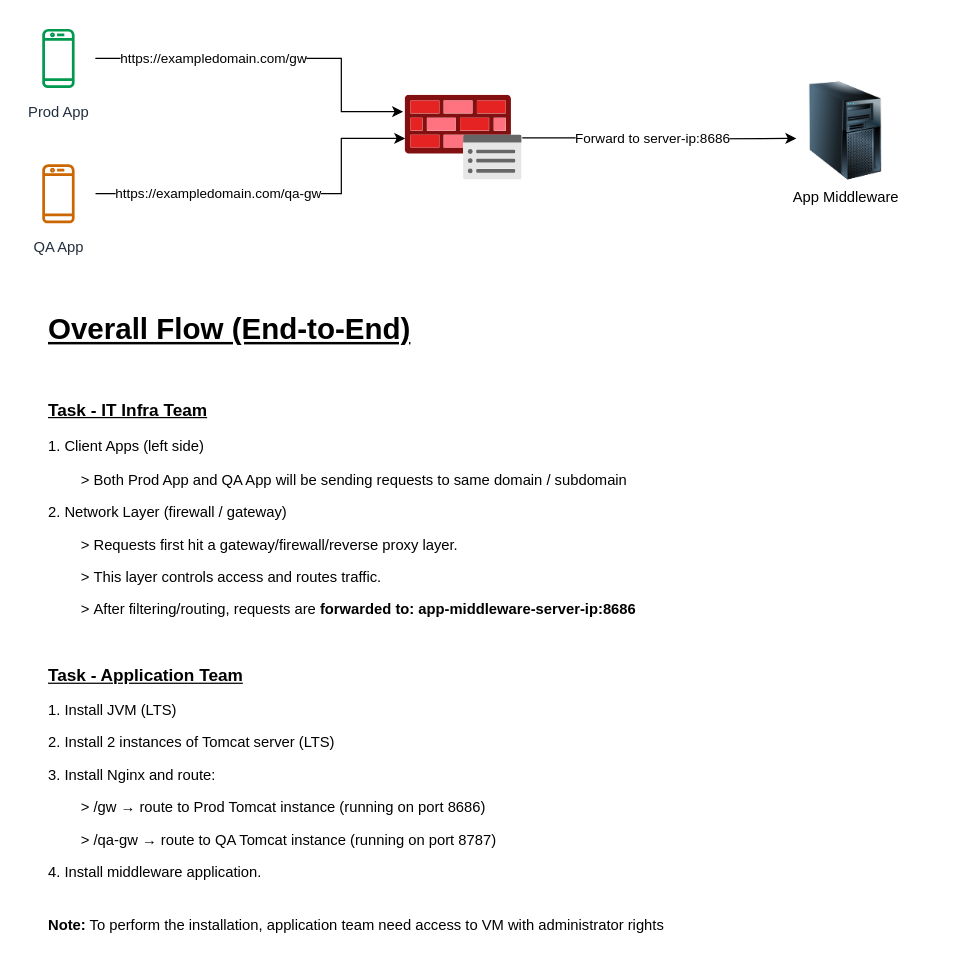
Before: RT-Architecture.drawio in maddy23285/policies, a draw.io diagram. Source tidied: cells renumbered, new cells numbered last; positions are measured from the earlier drawing's top-left corner, leaving out a move shared by most shapes. Both pictures are drawn from the tidied source at 123%, with x=0, y=0 at pixel (21, 21).
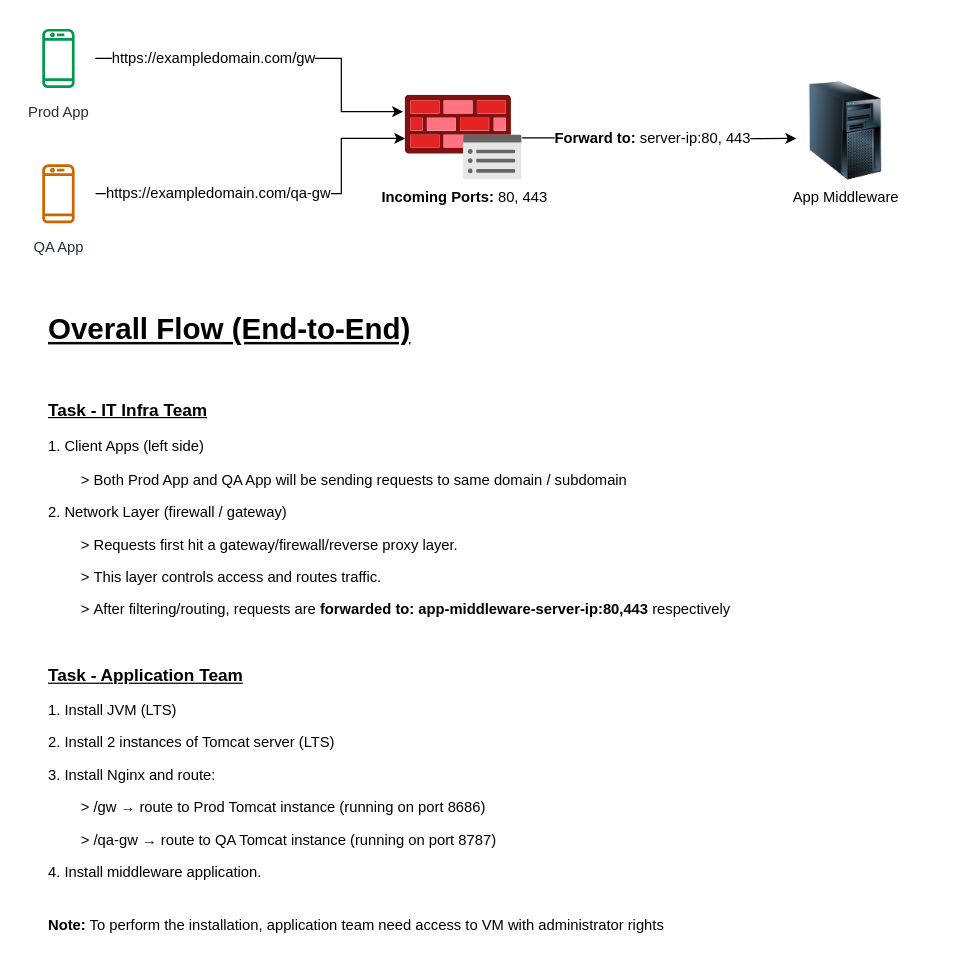
After the change.

What changed in the source:
```diff
@@
 <mxGraphModel>
   <root>
     <mxCell id="0" />
     <mxCell id="1" parent="0" />
     <mxCell id="2" value="Prod App" style="sketch=0;outlineConnect=0;fontColor=#232F3E;gradientColor=none;strokeColor=#00994D;fillColor=#ffffff;dashed=0;verticalLabelPosition=bottom;verticalAlign=top;align=center;html=1;fontSize=12;fontStyle=0;shape=mxgraph.aws4.resourceIcon;resIcon=mxgraph.aws4.mobile_client;" parent="1" vertex="1">
       <mxGeometry width="60" height="60" as="geometry" />
     </mxCell>
     <mxCell id="3" style="edgeStyle=orthogonalEdgeStyle;rounded=0;jettySize=auto;html=1;" parent="1" edge="1" source="5">
       <mxGeometry relative="1" as="geometry">
         <mxPoint x="630" y="95" as="targetPoint" />
       </mxGeometry>
     </mxCell>
-    <mxCell id="4" value="Forward to server-ip:8686" style="edgeLabel;html=1;align=center;verticalAlign=middle;" parent="3" vertex="1">
+    <mxCell id="4" value="&lt;font style=&quot;font-size: 12px;&quot;&gt;&lt;b&gt;Forward to:&lt;/b&gt; server-ip:80, 443&lt;/font&gt;" style="edgeLabel;html=1;align=center;verticalAlign=middle;" parent="3" vertex="1">
       <mxGeometry x="-0.23" y="-3" relative="1" as="geometry">
         <mxPoint x="19" y="-3" as="offset" />
       </mxGeometry>
     </mxCell>
-    <mxCell id="5" style="image;html=1;points=[];align=center;fontSize=12;image=img/lib/azure2/networking/Azure_Firewall_Policy.svg;" parent="1" vertex="1">
+    <mxCell id="5" value="&lt;b&gt;Incoming Ports: &lt;/b&gt;80, 443" style="image;html=1;points=[];align=center;fontSize=12;image=img/lib/azure2/networking/Azure_Firewall_Policy.svg;" parent="1" vertex="1">
       <mxGeometry x="312" y="60" width="95.1" height="69" as="geometry" />
     </mxCell>
     <mxCell id="6" style="edgeStyle=orthogonalEdgeStyle;rounded=0;jettySize=auto;html=1;" parent="1" edge="1" source="8" target="5">
       <mxGeometry relative="1" as="geometry">
         <Array as="points">
           <mxPoint x="260" y="140" />
           <mxPoint x="260" y="95" />
         </Array>
       </mxGeometry>
     </mxCell>
     <mxCell id="7" style="edgeLabel;html=1;align=center;verticalAlign=middle;" parent="6" vertex="1">
       <mxGeometry x="-0.59" y="-1" relative="1" as="geometry" />
     </mxCell>
     <mxCell id="8" value="QA App" style="sketch=0;outlineConnect=0;fontColor=#232F3E;gradientColor=none;strokeColor=#CC6600;fillColor=#ffffff;dashed=0;verticalLabelPosition=bottom;verticalAlign=top;align=center;html=1;fontSize=12;fontStyle=0;shape=mxgraph.aws4.resourceIcon;resIcon=mxgraph.aws4.mobile_client;" parent="1" vertex="1">
       <mxGeometry y="110" width="60" height="60" as="geometry" />
     </mxCell>
     <mxCell id="9" style="edgeStyle=orthogonalEdgeStyle;rounded=0;jettySize=auto;html=1;entryX=-0.018;entryY=0.193;entryDx=0;entryDy=0;entryPerimeter=0;strokeColor=#000000;" parent="1" edge="1" source="2" target="5">
       <mxGeometry relative="1" as="geometry">
         <Array as="points">
           <mxPoint x="260" y="30" />
           <mxPoint x="260" y="73" />
         </Array>
       </mxGeometry>
     </mxCell>
-    <mxCell id="10" value="https://exampledomain.com/gw" style="edgeLabel;html=1;align=center;verticalAlign=middle;" parent="9" vertex="1">
+    <mxCell id="10" value="&lt;font style=&quot;font-size: 12px;&quot;&gt;https://exampledomain.com/gw&lt;/font&gt;" style="edgeLabel;html=1;align=center;verticalAlign=middle;" parent="9" vertex="1">
       <mxGeometry x="-0.58" y="1" relative="1" as="geometry">
         <mxPoint x="33" as="offset" />
       </mxGeometry>
     </mxCell>
-    <mxCell id="11" value="https://exampledomain.com/qa-gw" style="edgeLabel;html=1;align=center;verticalAlign=middle;" parent="1" vertex="1">
+    <mxCell id="11" value="&lt;font style=&quot;font-size: 12px;&quot;&gt;https://exampledomain.com/qa-gw&lt;/font&gt;" style="edgeLabel;html=1;align=center;verticalAlign=middle;" parent="1" vertex="1">
       <mxGeometry x="159" y="139" as="geometry" />
     </mxCell>
     <mxCell id="12" value="App Middleware" style="image;html=1;image=img/lib/clip_art/computers/Server_Tower_128x128.png;" parent="1" vertex="1">
       <mxGeometry x="630" y="49" width="80" height="80" as="geometry" />
     </mxCell>
-    <mxCell id="13" value="&lt;h1 style=&quot;margin-top: 0px;&quot;&gt;&lt;u&gt;Overall Flow (End-to-End)&lt;/u&gt;&lt;/h1&gt;&lt;p&gt;&lt;b&gt;&lt;br&gt;&lt;/b&gt;&lt;/p&gt;&lt;p&gt;&lt;b&gt;&lt;font style=&quot;font-size: 14px;&quot;&gt;&lt;u&gt;Task - IT Infra Team&lt;/u&gt;&lt;/font&gt;&lt;/b&gt;&lt;br&gt;&lt;br&gt;1.&amp;nbsp;Client Apps (left side)&lt;/p&gt;&lt;p&gt;&lt;span style=&quot;white-space: pre;&quot;&gt;&#9;&lt;/span&gt;&amp;gt; Both Prod App and QA App will be sending requests to same domain / subdomain&lt;/p&gt;&lt;p&gt;2.&amp;nbsp;Network Layer (firewall / gateway)&lt;/p&gt;&lt;p&gt;&lt;span style=&quot;white-space: pre;&quot;&gt;&#9;&lt;/span&gt;&amp;gt; Requests first hit a gateway/firewall/reverse proxy layer.&lt;br&gt;&lt;/p&gt;&lt;p&gt;&lt;span style=&quot;white-space: pre;&quot;&gt;&#9;&lt;/span&gt;&amp;gt;&amp;nbsp;This layer controls access and routes traffic.&lt;br&gt;&lt;/p&gt;&lt;p&gt;&lt;span style=&quot;white-space: pre;&quot;&gt;&#9;&lt;/span&gt;&amp;gt;&amp;nbsp;After filtering/routing, requests are &lt;b&gt;forwarded to: app-middleware-server-ip:8686&lt;/b&gt;&amp;nbsp;&lt;br&gt;&lt;/p&gt;&lt;p&gt;&lt;br&gt;&lt;/p&gt;&lt;p&gt;&lt;b&gt;&lt;font style=&quot;font-size: 14px;&quot;&gt;&lt;u&gt;Task - Application Team&lt;/u&gt;&lt;/font&gt;&lt;/b&gt;&lt;/p&gt;&lt;p&gt;1. Install JVM (LTS)&amp;nbsp;&lt;/p&gt;&lt;p&gt;2. Install 2 instances of Tomcat server (LTS)&lt;/p&gt;&lt;p&gt;3. Install Nginx and route:&lt;/p&gt;&lt;p&gt;&lt;span style=&quot;white-space: pre;&quot;&gt;&#9;&lt;/span&gt;&amp;gt; /gw → route to Prod Tomcat instance (running on port 8686)&lt;br&gt;&lt;/p&gt;&lt;p&gt;&lt;span style=&quot;white-space: pre;&quot;&gt;&#9;&lt;/span&gt;&amp;gt;&amp;nbsp;/qa-gw → route to QA Tomcat instance (running on port 8787)&lt;/p&gt;&lt;p&gt;4. Install middleware application.&lt;br&gt;&lt;br&gt;&lt;br&gt;&lt;b&gt;Note:&lt;/b&gt; To perform the installation, application team need access to VM with administrator rights&lt;/p&gt;" style="text;html=1;whiteSpace=wrap;overflow=hidden;rounded=0;" parent="1" vertex="1">
+    <mxCell id="13" value="&lt;h1 style=&quot;margin-top: 0px;&quot;&gt;&lt;u&gt;Overall Flow (End-to-End)&lt;/u&gt;&lt;/h1&gt;&lt;p&gt;&lt;b&gt;&lt;br&gt;&lt;/b&gt;&lt;/p&gt;&lt;p&gt;&lt;b&gt;&lt;font style=&quot;font-size: 14px;&quot;&gt;&lt;u&gt;Task - IT Infra Team&lt;/u&gt;&lt;/font&gt;&lt;/b&gt;&lt;br&gt;&lt;br&gt;1.&amp;nbsp;Client Apps (left side)&lt;/p&gt;&lt;p&gt;&lt;span style=&quot;white-space: pre;&quot;&gt;&#9;&lt;/span&gt;&amp;gt; Both Prod App and QA App will be sending requests to same domain / subdomain&lt;/p&gt;&lt;p&gt;2.&amp;nbsp;Network Layer (firewall / gateway)&lt;/p&gt;&lt;p&gt;&lt;span style=&quot;white-space: pre;&quot;&gt;&#9;&lt;/span&gt;&amp;gt; Requests first hit a gateway/firewall/reverse proxy layer.&lt;br&gt;&lt;/p&gt;&lt;p&gt;&lt;span style=&quot;white-space: pre;&quot;&gt;&#9;&lt;/span&gt;&amp;gt;&amp;nbsp;This layer controls access and routes traffic.&lt;br&gt;&lt;/p&gt;&lt;p&gt;&lt;span style=&quot;white-space: pre;&quot;&gt;&#9;&lt;/span&gt;&amp;gt;&amp;nbsp;After filtering/routing, requests are &lt;b&gt;forwarded to: app-middleware-server-ip:80,443 &lt;/b&gt;respectively&amp;nbsp;&lt;br&gt;&lt;/p&gt;&lt;p&gt;&lt;br&gt;&lt;/p&gt;&lt;p&gt;&lt;b&gt;&lt;font style=&quot;font-size: 14px;&quot;&gt;&lt;u&gt;Task - Application Team&lt;/u&gt;&lt;/font&gt;&lt;/b&gt;&lt;/p&gt;&lt;p&gt;1. Install JVM (LTS)&amp;nbsp;&lt;/p&gt;&lt;p&gt;2. Install 2 instances of Tomcat server (LTS)&lt;/p&gt;&lt;p&gt;3. Install Nginx and route:&lt;/p&gt;&lt;p&gt;&lt;span style=&quot;white-space: pre;&quot;&gt;&#9;&lt;/span&gt;&amp;gt; /gw → route to Prod Tomcat instance (running on port 8686)&lt;br&gt;&lt;/p&gt;&lt;p&gt;&lt;span style=&quot;white-space: pre;&quot;&gt;&#9;&lt;/span&gt;&amp;gt;&amp;nbsp;/qa-gw → route to QA Tomcat instance (running on port 8787)&lt;/p&gt;&lt;p&gt;4. Install middleware application.&lt;br&gt;&lt;br&gt;&lt;br&gt;&lt;b&gt;Note:&lt;/b&gt; To perform the installation, application team need access to VM with administrator rights&lt;/p&gt;" style="text;html=1;whiteSpace=wrap;overflow=hidden;rounded=0;" parent="1" vertex="1">
       <mxGeometry x="20" y="230" width="730" height="520" as="geometry" />
     </mxCell>
   </root>
 </mxGraphModel>
```
